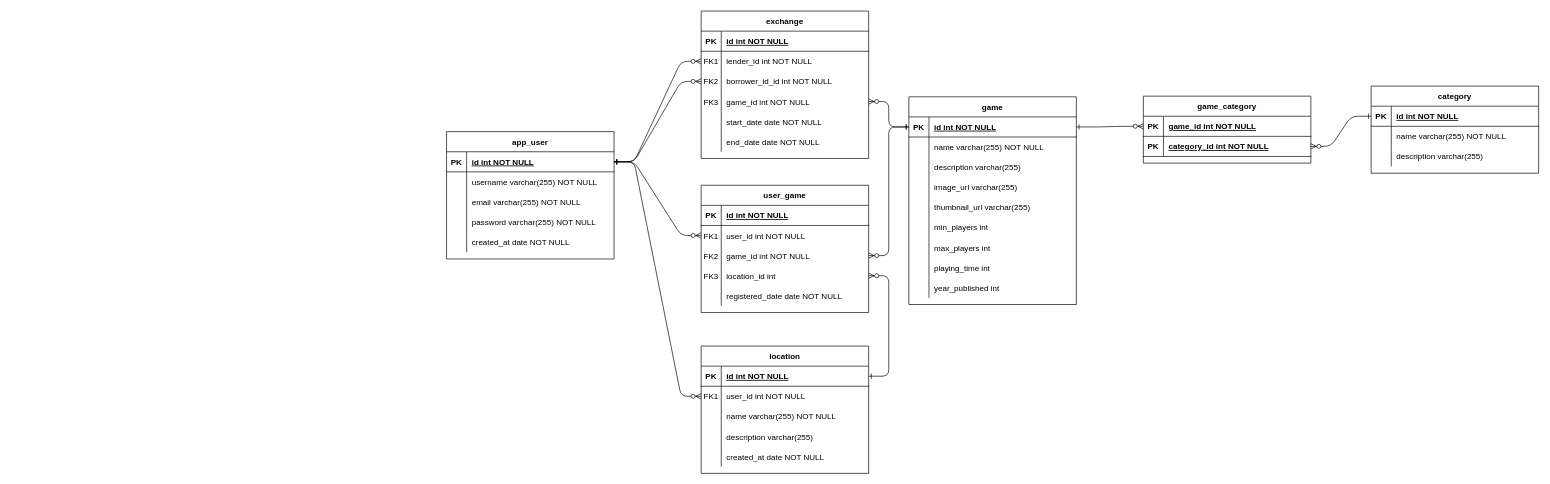
titouan-aclr/gameshelf keeps this draw.io diagram as back/doc/backend_uml.drawio. Above is the earlier version. Source tidied: cells renumbered, new cells numbered last; positions are measured from the earlier drawing's top-left corner, leaving out a move shared by most shapes. Both pictures are drawn from the tidied source at 67%, with x=0, y=0 at pixel (446, 11).
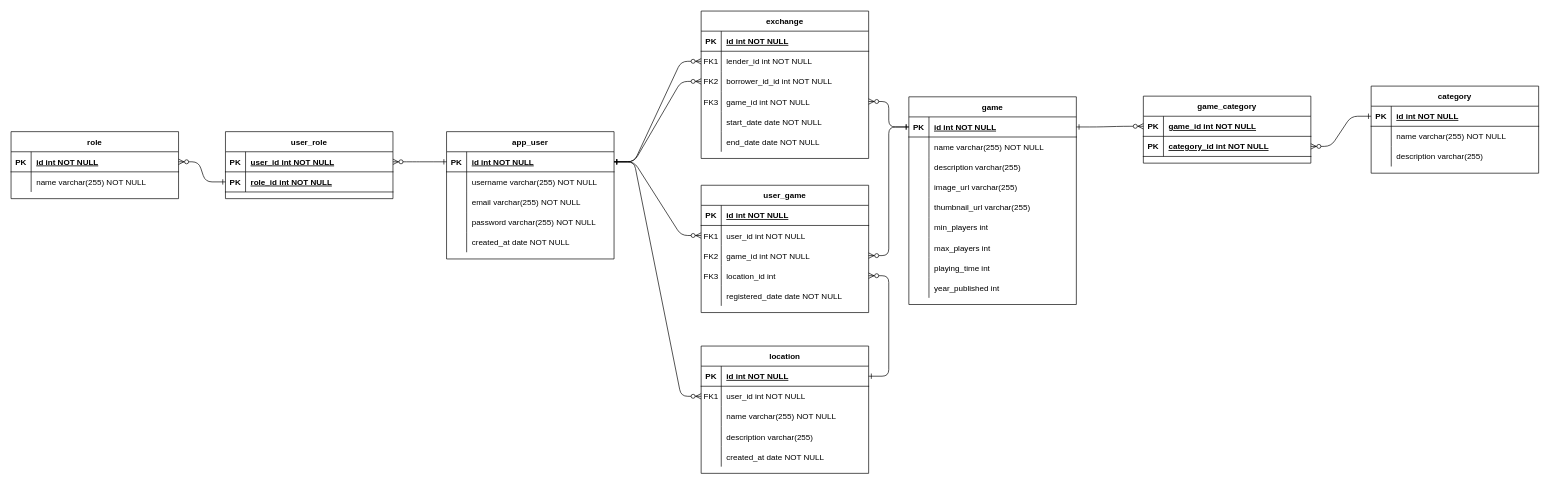
After the change.

The change refers to these unchanged cells:
```xml
<mxCell id="48" style="shape=partialRectangle;fillColor=none;points=[[0,0.5],[1,0.5]];portConstraint=eastwest;top=0;left=0;right=0;bottom=1;" parent="47" vertex="1">
  <mxGeometry y="30" width="250" height="30" as="geometry" />
</mxCell>
```

What changed in the source:
```diff
@@
+    <mxCell id="123" value="role" style="shape=table;startSize=30;childLayout=tableLayout;rowLines=0;fontStyle=1;align=center;" parent="1" vertex="1">
+      <mxGeometry x="-650" y="180" width="250" height="100" as="geometry" />
+    </mxCell>
+    <mxCell id="124" style="shape=partialRectangle;fillColor=none;points=[[0,0.5],[1,0.5]];portConstraint=eastwest;top=0;left=0;right=0;bottom=1;" parent="123" vertex="1">
+      <mxGeometry y="30" width="250" height="30" as="geometry" />
+    </mxCell>
+    <mxCell id="125" value="PK" style="shape=partialRectangle;overflow=hidden;fillColor=none;top=0;left=0;bottom=0;right=0;fontStyle=1;" parent="124" vertex="1">
+      <mxGeometry width="30" height="30" as="geometry" />
+    </mxCell>
+    <mxCell id="126" value="id int NOT NULL " style="shape=partialRectangle;overflow=hidden;fillColor=none;top=0;left=0;bottom=0;right=0;align=left;spacingLeft=6;fontStyle=5;" parent="124" vertex="1">
+      <mxGeometry x="30" width="220" height="30" as="geometry" />
+    </mxCell>
+    <mxCell id="127" style="shape=partialRectangle;fillColor=none;top=0;left=0;right=0;bottom=0;" parent="123" vertex="1">
+      <mxGeometry y="60" width="250" height="30" as="geometry" />
+    </mxCell>
+    <mxCell id="128" style="shape=partialRectangle;overflow=hidden;fillColor=none;top=0;left=0;bottom=0;right=0;" parent="127" vertex="1">
+      <mxGeometry width="30" height="30" as="geometry" />
+    </mxCell>
+    <mxCell id="129" value="name varchar(255) NOT NULL" style="shape=partialRectangle;overflow=hidden;fillColor=none;top=0;left=0;bottom=0;right=0;align=left;spacingLeft=6;" parent="127" vertex="1">
+      <mxGeometry x="30" width="220" height="30" as="geometry" />
+    </mxCell>
+    <mxCell id="130" value="user_role" style="shape=table;startSize=30;childLayout=tableLayout;rowLines=0;fontStyle=1;align=center;" parent="1" vertex="1">
+      <mxGeometry x="-330" y="180" width="250" height="100" as="geometry" />
+    </mxCell>
+    <mxCell id="131" style="shape=partialRectangle;fillColor=none;points=[[0,0.5],[1,0.5]];portConstraint=eastwest;top=0;left=0;right=0;bottom=1;" parent="130" vertex="1">
+      <mxGeometry y="30" width="250" height="30" as="geometry" />
+    </mxCell>
+    <mxCell id="132" value="PK" style="shape=partialRectangle;overflow=hidden;fillColor=none;top=0;left=0;bottom=0;right=0;fontStyle=1;" parent="131" vertex="1">
+      <mxGeometry width="30" height="30" as="geometry" />
+    </mxCell>
+    <mxCell id="133" value="user_id int NOT NULL " style="shape=partialRectangle;overflow=hidden;fillColor=none;top=0;left=0;bottom=0;right=0;align=left;spacingLeft=6;fontStyle=5;" parent="131" vertex="1">
+      <mxGeometry x="30" width="220" height="30" as="geometry" />
+    </mxCell>
+    <mxCell id="134" style="shape=partialRectangle;fillColor=none;points=[[0,0.5],[1,0.5]];portConstraint=eastwest;top=0;left=0;right=0;bottom=1;" parent="130" vertex="1">
+      <mxGeometry y="60" width="250" height="30" as="geometry" />
+    </mxCell>
+    <mxCell id="135" value="PK" style="shape=partialRectangle;overflow=hidden;fillColor=none;top=0;left=0;bottom=0;right=0;fontStyle=1;" parent="134" vertex="1">
+      <mxGeometry width="30" height="30" as="geometry" />
+    </mxCell>
+    <mxCell id="136" value="role_id int NOT NULL " style="shape=partialRectangle;overflow=hidden;fillColor=none;top=0;left=0;bottom=0;right=0;align=left;spacingLeft=6;fontStyle=5;" parent="134" vertex="1">
+      <mxGeometry x="30" width="220" height="30" as="geometry" />
+    </mxCell>
+    <mxCell id="137" style="edgeStyle=entityRelationEdgeStyle;shape=connector;rounded=1;jettySize=auto;html=1;exitX=0;exitY=0.5;exitDx=0;exitDy=0;entryX=1;entryY=0.5;entryDx=0;entryDy=0;strokeColor=default;align=center;verticalAlign=middle;fontFamily=Helvetica;fontSize=11;fontColor=default;labelBackgroundColor=default;startArrow=ERone;startFill=0;endArrow=ERzeroToMany;endFill=1;" parent="1" edge="1" source="48" target="131">
+      <mxGeometry relative="1" as="geometry" />
+    </mxCell>
+    <mxCell id="138" style="edgeStyle=entityRelationEdgeStyle;shape=connector;rounded=1;jettySize=auto;html=1;exitX=0;exitY=0.5;exitDx=0;exitDy=0;entryX=1;entryY=0.5;entryDx=0;entryDy=0;strokeColor=default;align=center;verticalAlign=middle;fontFamily=Helvetica;fontSize=11;fontColor=default;labelBackgroundColor=default;startArrow=ERone;startFill=0;endArrow=ERzeroToMany;endFill=1;" parent="1" edge="1" source="134" target="124">
+      <mxGeometry relative="1" as="geometry" />
+    </mxCell>
```
